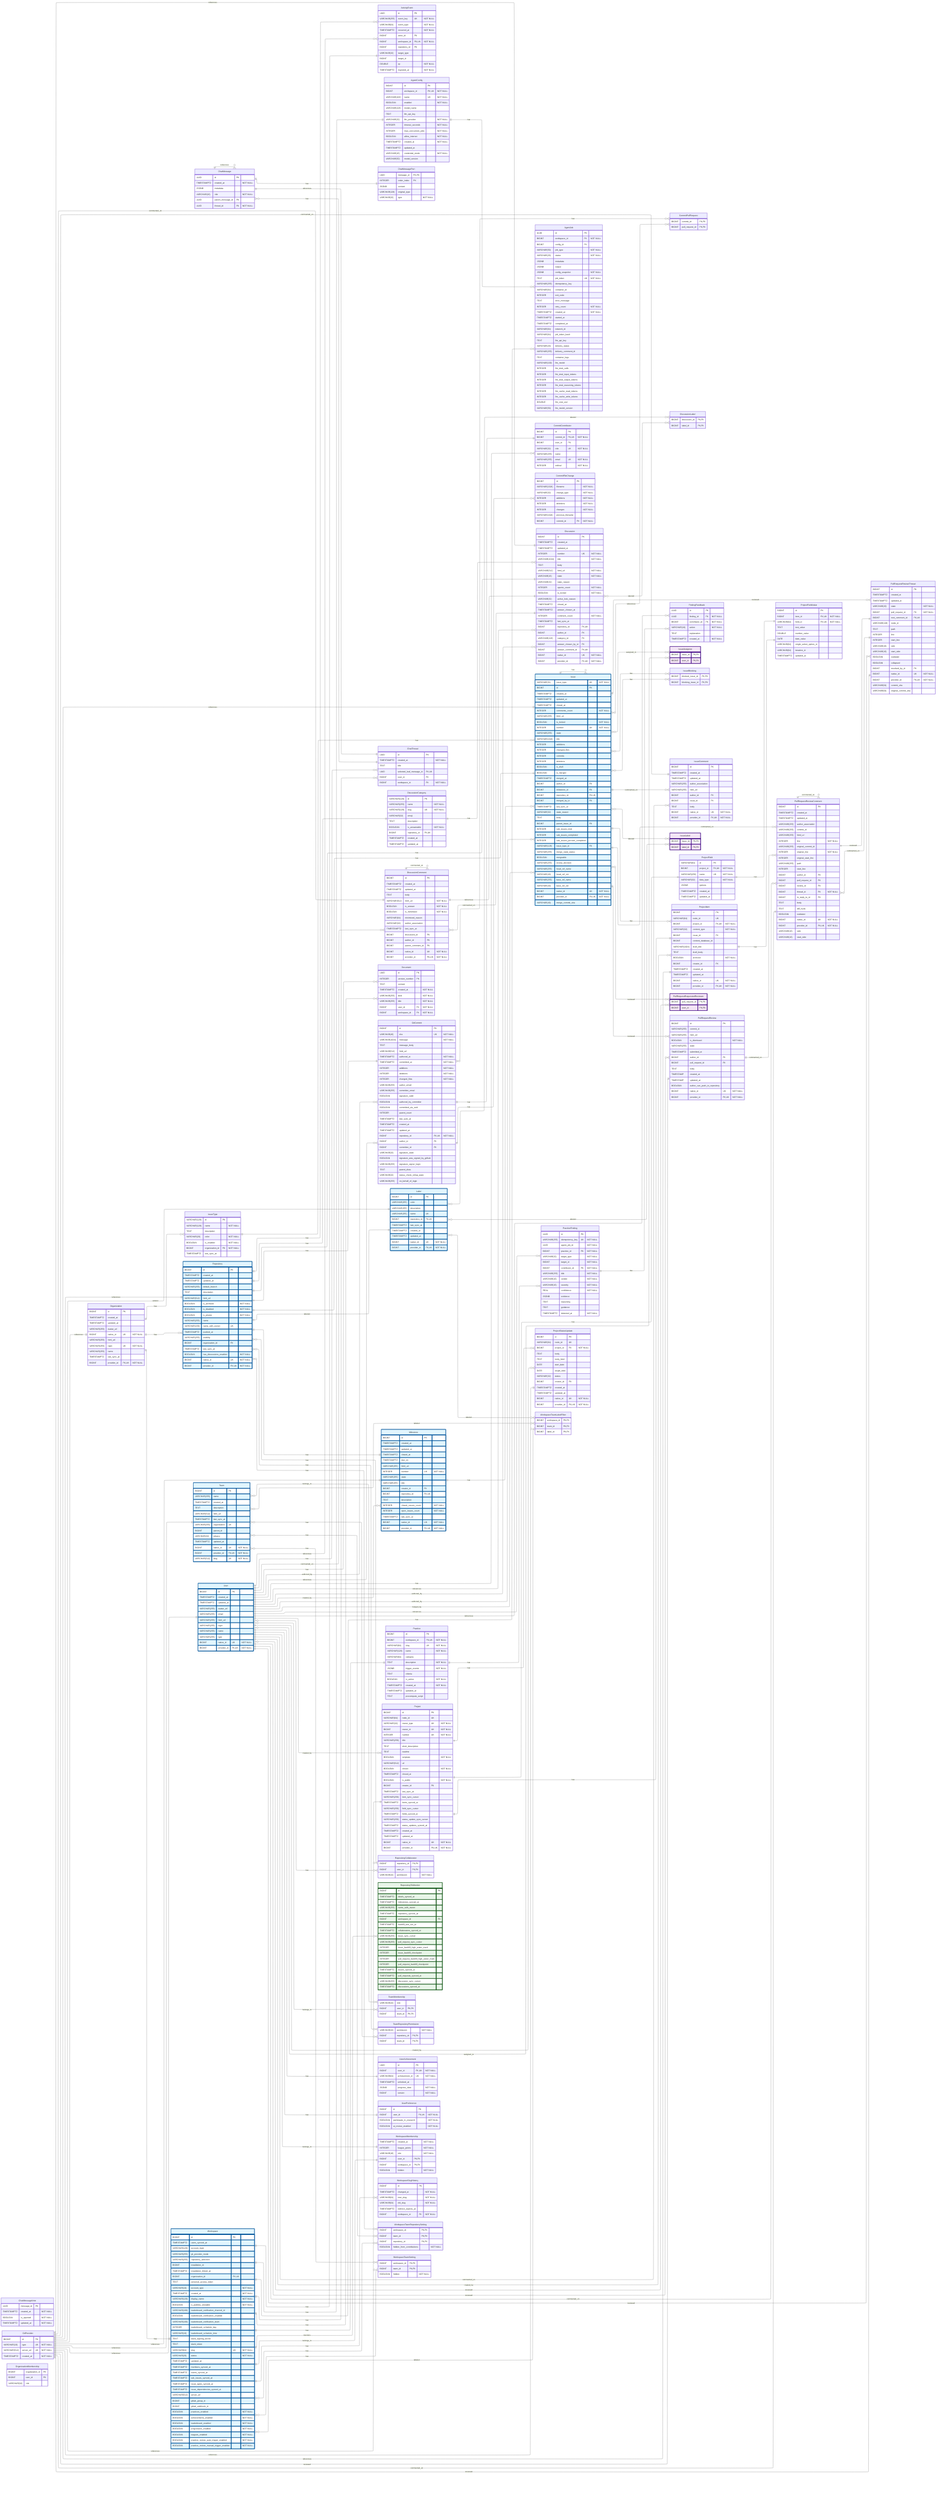
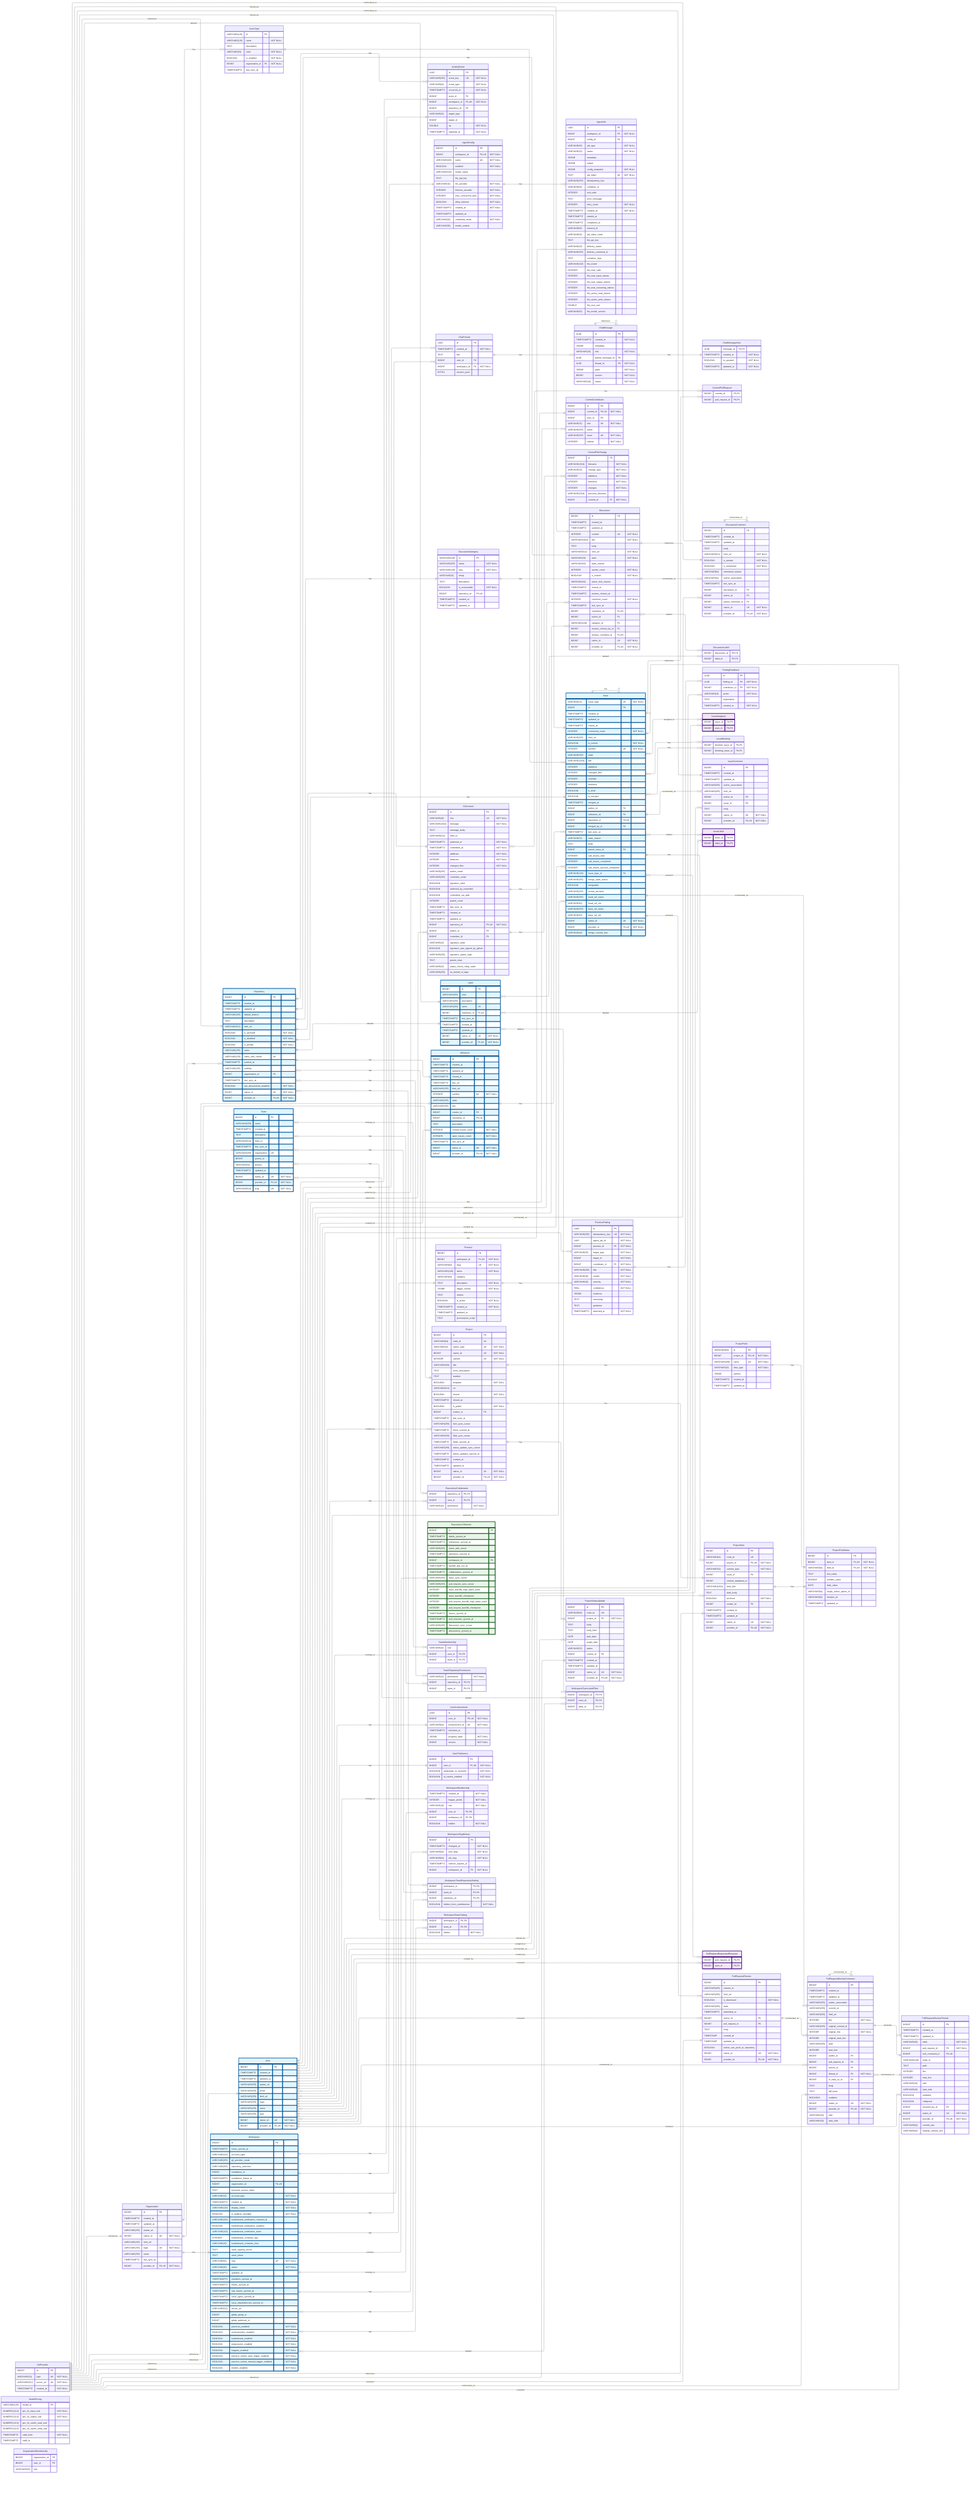
---
config:
    layout: elk
---
erDiagram
    %% Generated automatically from PostgreSQL database schema
    %% using scripts/generate-mermaid-erd.ts
    %% To regenerate: npm run db:generate-erd-docs

    direction LR

    ActivityEvent {
        UUID id PK
        VARCHAR(255) event_key UK "NOT NULL"
        VARCHAR(64) event_type "NOT NULL"
        TIMESTAMPTZ occurred_at "NOT NULL"
        BIGINT actor_id FK
        BIGINT workspace_id FK,UK "NOT NULL"
        BIGINT repository_id FK
        VARCHAR(32) target_type
        BIGINT target_id
        DOUBLE xp "NOT NULL"
        TIMESTAMPTZ ingested_at "NOT NULL"
    }

    AgentConfig {
        BIGINT id PK
        BIGINT workspace_id FK,UK "NOT NULL"
        VARCHAR(100) name UK "NOT NULL"
        BOOLEAN enabled "NOT NULL"
        VARCHAR(128) model_name
        TEXT llm_api_key
        VARCHAR(32) llm_provider "NOT NULL"
        INTEGER timeout_seconds "NOT NULL"
        INTEGER max_concurrent_jobs "NOT NULL"
        BOOLEAN allow_internet "NOT NULL"
        TIMESTAMPTZ created_at "NOT NULL"
        TIMESTAMPTZ updated_at
        VARCHAR(16) credential_mode "NOT NULL"
        VARCHAR(50) model_version
    }

    AgentJob {
        UUID id PK
        BIGINT workspace_id FK "NOT NULL"
        BIGINT config_id FK
        VARCHAR(50) job_type "NOT NULL"
        VARCHAR(20) status "NOT NULL"
        JSONB metadata
        JSONB output
        JSONB config_snapshot "NOT NULL"
        TEXT job_token UK "NOT NULL"
        VARCHAR(255) idempotency_key
        VARCHAR(64) container_id
        INTEGER exit_code
        TEXT error_message
        INTEGER retry_count "NOT NULL"
        TIMESTAMPTZ created_at "NOT NULL"
        TIMESTAMPTZ started_at
        TIMESTAMPTZ completed_at
        VARCHAR(64) network_id
        VARCHAR(64) job_token_hash
        TEXT llm_api_key
        VARCHAR(20) delivery_status
        VARCHAR(255) delivery_comment_id
        TEXT container_logs
        VARCHAR(100) llm_model
        INTEGER llm_total_calls
        INTEGER llm_total_input_tokens
        INTEGER llm_total_output_tokens
        INTEGER llm_total_reasoning_tokens
        INTEGER llm_cache_read_tokens
        INTEGER llm_cache_write_tokens
        DOUBLE llm_cost_usd
        VARCHAR(50) llm_model_version
    }

    ChatMessage {
        UUID id PK
        TIMESTAMPTZ created_at "NOT NULL"
        JSONB metadata
        VARCHAR(16) role "NOT NULL"
        UUID parent_message_id FK
        UUID thread_id FK "NOT NULL"
-     }
- 
-     ChatMessagePart {
+         JSONB parts "NOT NULL"
+         BIGINT version "NOT NULL"
+         VARCHAR(16) status "NOT NULL"
+     }
+ 
+     ChatMessageVote {
        UUID message_id PK,FK
-         INTEGER order_index PK
-         JSONB content
-         VARCHAR(128) original_type
-         VARCHAR(32) type "NOT NULL"
-     }
- 
-     ChatMessageVote {
-         UUID message_id PK
        TIMESTAMPTZ created_at "NOT NULL"
        BOOLEAN is_upvoted "NOT NULL"
        TIMESTAMPTZ updated_at "NOT NULL"
    }

    ChatThread {
        UUID id PK
        TIMESTAMPTZ created_at "NOT NULL"
        TEXT title
-         UUID selected_leaf_message_id FK,UK
        BIGINT user_id FK
        BIGINT workspace_id FK "NOT NULL"
+         BYTEA session_jsonl
    }

    CommitContributor {
        BIGINT id PK
        BIGINT commit_id FK,UK "NOT NULL"
        BIGINT user_id FK
        VARCHAR(32) role UK "NOT NULL"
        VARCHAR(255) name
        VARCHAR(255) email UK "NOT NULL"
        INTEGER ordinal "NOT NULL"
    }

    CommitFileChange {
        BIGINT id PK
        VARCHAR(1024) filename "NOT NULL"
        VARCHAR(32) change_type "NOT NULL"
        INTEGER additions "NOT NULL"
        INTEGER deletions "NOT NULL"
        INTEGER changes "NOT NULL"
        VARCHAR(1024) previous_filename
        BIGINT commit_id FK "NOT NULL"
    }

    CommitPullRequest {
        BIGINT commit_id PK,FK
        BIGINT pull_request_id PK,FK
    }

    Discussion {
        BIGINT id PK
        TIMESTAMPTZ created_at
        TIMESTAMPTZ updated_at
        INTEGER number UK "NOT NULL"
        VARCHAR(1024) title "NOT NULL"
        TEXT body
        VARCHAR(512) html_url "NOT NULL"
        VARCHAR(16) state "NOT NULL"
        VARCHAR(32) state_reason
        INTEGER upvote_count "NOT NULL"
        BOOLEAN is_locked "NOT NULL"
        VARCHAR(32) active_lock_reason
        TIMESTAMPTZ closed_at
        TIMESTAMPTZ answer_chosen_at
        INTEGER comment_count "NOT NULL"
        TIMESTAMPTZ last_sync_at
        BIGINT repository_id FK,UK
        BIGINT author_id FK
        VARCHAR(128) category_id FK
        BIGINT answer_chosen_by_id FK
        BIGINT answer_comment_id FK,UK
        BIGINT native_id UK "NOT NULL"
        BIGINT provider_id FK,UK "NOT NULL"
    }

    DiscussionCategory {
        VARCHAR(128) id PK
        VARCHAR(255) name "NOT NULL"
        VARCHAR(128) slug UK "NOT NULL"
        VARCHAR(32) emoji
        TEXT description
        BOOLEAN is_answerable "NOT NULL"
        BIGINT repository_id FK,UK
        TIMESTAMPTZ created_at
        TIMESTAMPTZ updated_at
    }

    DiscussionComment {
        BIGINT id PK
        TIMESTAMPTZ created_at
        TIMESTAMPTZ updated_at
        TEXT body
        VARCHAR(512) html_url "NOT NULL"
        BOOLEAN is_answer "NOT NULL"
        BOOLEAN is_minimized "NOT NULL"
        VARCHAR(64) minimized_reason
        VARCHAR(32) author_association
        TIMESTAMPTZ last_sync_at
        BIGINT discussion_id FK
        BIGINT author_id FK
        BIGINT parent_comment_id FK
        BIGINT native_id UK "NOT NULL"
        BIGINT provider_id FK,UK "NOT NULL"
    }

    DiscussionLabel {
        BIGINT discussion_id PK,FK
        BIGINT label_id PK,FK
-     }
- 
-     Document {
-         UUID id PK
-         INTEGER version_number PK
-         TEXT content
-         TIMESTAMPTZ created_at "NOT NULL"
-         VARCHAR(255) kind "NOT NULL"
-         VARCHAR(255) title "NOT NULL"
-         BIGINT user_id FK "NOT NULL"
-         BIGINT workspace_id FK "NOT NULL"
    }

    FindingFeedback {
        UUID id PK
        UUID finding_id FK "NOT NULL"
        BIGINT contributor_id FK "NOT NULL"
        VARCHAR(16) action "NOT NULL"
        TEXT explanation
        TIMESTAMPTZ created_at "NOT NULL"
    }

    GitCommit {
        BIGINT id PK
        VARCHAR(40) sha UK "NOT NULL"
        VARCHAR(1024) message "NOT NULL"
        TEXT message_body
        VARCHAR(512) html_url
        TIMESTAMPTZ authored_at "NOT NULL"
        TIMESTAMPTZ committed_at "NOT NULL"
        INTEGER additions "NOT NULL"
        INTEGER deletions "NOT NULL"
        INTEGER changed_files "NOT NULL"
        VARCHAR(255) author_email
        VARCHAR(255) committer_email
        BOOLEAN signature_valid
        BOOLEAN authored_by_committer
        BOOLEAN committed_via_web
        INTEGER parent_count
        TIMESTAMPTZ last_sync_at
        TIMESTAMPTZ created_at
        TIMESTAMPTZ updated_at
        BIGINT repository_id FK,UK "NOT NULL"
        BIGINT author_id FK
        BIGINT committer_id FK
        VARCHAR(32) signature_state
        BOOLEAN signature_was_signed_by_github
        VARCHAR(255) signature_signer_login
        TEXT parent_shas
        VARCHAR(32) status_check_rollup_state
        VARCHAR(255) on_behalf_of_login
    }

    GitProvider {
        BIGINT id PK
        VARCHAR(10) type UK "NOT NULL"
        VARCHAR(512) server_url UK "NOT NULL"
        TIMESTAMPTZ created_at "NOT NULL"
    }

    Issue {
        VARCHAR(31) issue_type UK "NOT NULL"
        BIGINT id PK
        TIMESTAMPTZ created_at
        TIMESTAMPTZ updated_at
        TIMESTAMPTZ closed_at
        INTEGER comments_count "NOT NULL"
        VARCHAR(255) html_url
        BOOLEAN is_locked "NOT NULL"
        INTEGER number UK "NOT NULL"
        VARCHAR(255) state
        VARCHAR(1024) title
        INTEGER additions
        INTEGER changed_files
        INTEGER commits
        INTEGER deletions
        BOOLEAN is_draft
        BOOLEAN is_merged
        TIMESTAMPTZ merged_at
        BIGINT author_id FK
        BIGINT milestone_id FK
        BIGINT repository_id FK,UK
        BIGINT merged_by_id FK
        TIMESTAMPTZ last_sync_at
        VARCHAR(32) state_reason
        TEXT body
        BIGINT parent_issue_id FK
        INTEGER sub_issues_total
        INTEGER sub_issues_completed
        INTEGER sub_issues_percent_completed
        VARCHAR(128) issue_type_id FK
        VARCHAR(255) merge_state_status
        BOOLEAN mergeable
        VARCHAR(255) review_decision
        VARCHAR(255) head_ref_name
        VARCHAR(40) head_ref_oid
        VARCHAR(255) base_ref_name
        VARCHAR(40) base_ref_oid
        BIGINT native_id UK "NOT NULL"
        BIGINT provider_id FK,UK "NOT NULL"
        VARCHAR(40) merge_commit_sha
    }

    IssueAssignee {
        BIGINT issue_id PK,FK
        BIGINT user_id PK,FK
    }

    IssueBlocking {
        BIGINT blocked_issue_id PK,FK
        BIGINT blocking_issue_id PK,FK
    }

    IssueComment {
        BIGINT id PK
        TIMESTAMPTZ created_at
        TIMESTAMPTZ updated_at
        VARCHAR(255) author_association
        VARCHAR(255) html_url
        BIGINT author_id FK
        BIGINT issue_id FK
        TEXT body
        BIGINT native_id UK "NOT NULL"
        BIGINT provider_id FK,UK "NOT NULL"
    }

    IssueLabel {
        BIGINT issue_id PK,FK
        BIGINT label_id PK,FK
    }

    IssueType {
        VARCHAR(128) id PK
        VARCHAR(128) name "NOT NULL"
        TEXT description
        VARCHAR(20) color "NOT NULL"
        BOOLEAN is_enabled "NOT NULL"
        BIGINT organization_id FK "NOT NULL"
        TIMESTAMPTZ last_sync_at
    }

    Label {
        BIGINT id PK
        VARCHAR(255) color
        VARCHAR(255) description
        VARCHAR(255) name UK
        BIGINT repository_id FK,UK
        TIMESTAMPTZ last_sync_at
        TIMESTAMPTZ created_at
        TIMESTAMPTZ updated_at
        BIGINT native_id UK "NOT NULL"
        BIGINT provider_id FK,UK "NOT NULL"
    }

    Milestone {
        BIGINT id PK
        TIMESTAMPTZ created_at
        TIMESTAMPTZ updated_at
        TIMESTAMPTZ closed_at
        TIMESTAMPTZ due_on
        VARCHAR(255) html_url
        INTEGER number UK "NOT NULL"
        VARCHAR(255) state
        VARCHAR(255) title
        BIGINT creator_id FK
        BIGINT repository_id FK,UK
        TEXT description
        INTEGER closed_issues_count "NOT NULL"
        INTEGER open_issues_count "NOT NULL"
        TIMESTAMPTZ last_sync_at
        BIGINT native_id UK "NOT NULL"
        BIGINT provider_id FK,UK "NOT NULL"
    }

+     ModelPricing {
+         VARCHAR(128) model_id PK
+         NUMERIC(12,6) per_1k_input_usd "NOT NULL"
+         NUMERIC(12,6) per_1k_output_usd "NOT NULL"
+         NUMERIC(12,6) per_1k_cache_read_usd
+         NUMERIC(12,6) per_1k_cache_write_usd
+         TIMESTAMPTZ valid_from "NOT NULL"
+         TIMESTAMPTZ valid_to
+     }
+ 
    Organization {
        BIGINT id PK
        TIMESTAMPTZ created_at
        TIMESTAMPTZ updated_at
        VARCHAR(255) avatar_url
        BIGINT native_id UK "NOT NULL"
        VARCHAR(255) html_url
        VARCHAR(255) login UK "NOT NULL"
        VARCHAR(255) name
        TIMESTAMPTZ last_sync_at
        BIGINT provider_id FK,UK "NOT NULL"
    }

    OrganizationMembership {
        BIGINT organization_id PK
        BIGINT user_id PK
        VARCHAR(32) role
    }

    Practice {
        BIGINT id PK
        BIGINT workspace_id FK,UK "NOT NULL"
        VARCHAR(64) slug UK "NOT NULL"
        VARCHAR(128) name "NOT NULL"
        VARCHAR(64) category
        TEXT description "NOT NULL"
        JSONB trigger_events "NOT NULL"
        TEXT criteria
        BOOLEAN is_active "NOT NULL"
        TIMESTAMPTZ created_at "NOT NULL"
        TIMESTAMPTZ updated_at
        TEXT precompute_script
    }

    PracticeFinding {
        UUID id PK
        VARCHAR(255) idempotency_key UK "NOT NULL"
        UUID agent_job_id "NOT NULL"
        BIGINT practice_id FK "NOT NULL"
        VARCHAR(32) target_type "NOT NULL"
        BIGINT target_id "NOT NULL"
        BIGINT contributor_id FK "NOT NULL"
        VARCHAR(255) title "NOT NULL"
        VARCHAR(16) verdict "NOT NULL"
        VARCHAR(16) severity "NOT NULL"
        REAL confidence "NOT NULL"
        JSONB evidence
        TEXT reasoning
        TEXT guidance
        TIMESTAMPTZ detected_at "NOT NULL"
    }

    Project {
        BIGINT id PK
        VARCHAR(64) node_id UK
        VARCHAR(32) owner_type UK "NOT NULL"
        BIGINT owner_id UK "NOT NULL"
        INTEGER number UK "NOT NULL"
        VARCHAR(256) title
        TEXT short_description
        TEXT readme
        BOOLEAN template "NOT NULL"
        VARCHAR(512) url
        BOOLEAN closed "NOT NULL"
        TIMESTAMPTZ closed_at
        BOOLEAN is_public "NOT NULL"
        BIGINT creator_id FK
        TIMESTAMPTZ last_sync_at
        VARCHAR(256) item_sync_cursor
        TIMESTAMPTZ items_synced_at
        VARCHAR(256) field_sync_cursor
        TIMESTAMPTZ fields_synced_at
        VARCHAR(256) status_update_sync_cursor
        TIMESTAMPTZ status_updates_synced_at
        TIMESTAMPTZ created_at
        TIMESTAMPTZ updated_at
        BIGINT native_id UK "NOT NULL"
        BIGINT provider_id FK,UK "NOT NULL"
    }

    ProjectField {
        VARCHAR(64) id PK
        BIGINT project_id FK,UK "NOT NULL"
        VARCHAR(256) name UK "NOT NULL"
        VARCHAR(32) data_type "NOT NULL"
        JSONB options
        TIMESTAMPTZ created_at
        TIMESTAMPTZ updated_at
    }

    ProjectFieldValue {
        BIGINT id PK
        BIGINT item_id FK,UK "NOT NULL"
        VARCHAR(64) field_id FK,UK "NOT NULL"
        TEXT text_value
        DOUBLE number_value
        DATE date_value
        VARCHAR(64) single_select_option_id
        VARCHAR(64) iteration_id
        TIMESTAMPTZ updated_at
    }

    ProjectItem {
        BIGINT id PK
        VARCHAR(64) node_id UK
        BIGINT project_id FK,UK "NOT NULL"
        VARCHAR(32) content_type "NOT NULL"
        BIGINT issue_id FK
        BIGINT content_database_id
        VARCHAR(1024) draft_title
        TEXT draft_body
        BOOLEAN archived "NOT NULL"
        BIGINT creator_id FK
        TIMESTAMPTZ created_at
        TIMESTAMPTZ updated_at
        BIGINT native_id UK "NOT NULL"
        BIGINT provider_id FK,UK "NOT NULL"
    }

    ProjectStatusUpdate {
        BIGINT id PK
        VARCHAR(64) node_id UK
        BIGINT project_id FK "NOT NULL"
        TEXT body
        TEXT body_html
        DATE start_date
        DATE target_date
        VARCHAR(32) status
        BIGINT creator_id FK
        TIMESTAMPTZ created_at
        TIMESTAMPTZ updated_at
        BIGINT native_id UK "NOT NULL"
        BIGINT provider_id FK,UK "NOT NULL"
    }

    PullRequestRequestedReviewer {
        BIGINT pull_request_id PK,FK
        BIGINT user_id PK,FK
    }

    PullRequestReview {
        BIGINT id PK
        VARCHAR(255) commit_id
        VARCHAR(255) html_url
        BOOLEAN is_dismissed "NOT NULL"
        VARCHAR(255) state
        TIMESTAMPTZ submitted_at
        BIGINT author_id FK
        BIGINT pull_request_id FK
        TEXT body
        TIMESTAMP created_at
        TIMESTAMP updated_at
        BOOLEAN author_can_push_to_repository
        BIGINT native_id UK "NOT NULL"
        BIGINT provider_id FK,UK "NOT NULL"
    }

    PullRequestReviewComment {
        BIGINT id PK
        TIMESTAMPTZ created_at
        TIMESTAMPTZ updated_at
        VARCHAR(255) author_association
        VARCHAR(255) commit_id
        VARCHAR(255) html_url
        INTEGER line "NOT NULL"
        VARCHAR(255) original_commit_id
        INTEGER original_line "NOT NULL"
        INTEGER original_start_line
        VARCHAR(255) path
        INTEGER start_line
        BIGINT author_id FK
        BIGINT pull_request_id FK
        BIGINT review_id FK
        BIGINT thread_id FK "NOT NULL"
        BIGINT in_reply_to_id FK
        TEXT body
        TEXT diff_hunk
        BOOLEAN outdated
        BIGINT native_id UK "NOT NULL"
        BIGINT provider_id FK,UK "NOT NULL"
        VARCHAR(16) side
        VARCHAR(16) start_side
    }

    PullRequestReviewThread {
        BIGINT id PK
        TIMESTAMPTZ created_at
        TIMESTAMPTZ updated_at
        VARCHAR(20) state "NOT NULL"
        BIGINT pull_request_id FK "NOT NULL"
        BIGINT root_comment_id FK,UK
        VARCHAR(128) node_id
        TEXT path
        INTEGER line
        INTEGER start_line
        VARCHAR(16) side
        VARCHAR(16) start_side
        BOOLEAN outdated
        BOOLEAN collapsed
        BIGINT resolved_by_id FK
        BIGINT native_id UK "NOT NULL"
        BIGINT provider_id FK,UK "NOT NULL"
        VARCHAR(64) commit_sha
        VARCHAR(64) original_commit_sha
    }

    Repository {
        BIGINT id PK
        TIMESTAMPTZ created_at
        TIMESTAMPTZ updated_at
        VARCHAR(255) default_branch
        TEXT description
        VARCHAR(512) html_url
        BOOLEAN is_archived "NOT NULL"
        BOOLEAN is_disabled "NOT NULL"
        BOOLEAN is_private "NOT NULL"
        VARCHAR(255) name
        VARCHAR(150) name_with_owner UK
        TIMESTAMPTZ pushed_at
        VARCHAR(255) visibility
        BIGINT organization_id FK
        TIMESTAMPTZ last_sync_at
        BOOLEAN has_discussions_enabled "NOT NULL"
        BIGINT native_id UK "NOT NULL"
        BIGINT provider_id FK,UK "NOT NULL"
    }

    RepositoryCollaborator {
        BIGINT repository_id PK,FK
        BIGINT user_id PK,FK
        VARCHAR(32) permission "NOT NULL"
    }

    RepositoryToMonitor {
        BIGINT id PK
        TIMESTAMPTZ labels_synced_at
        TIMESTAMPTZ milestones_synced_at
        VARCHAR(255) name_with_owner
        TIMESTAMPTZ repository_synced_at
        BIGINT workspace_id FK
        TIMESTAMPTZ backfill_last_run_at
        TIMESTAMPTZ collaborators_synced_at
        VARCHAR(255) issue_sync_cursor
        VARCHAR(255) pull_request_sync_cursor
        INTEGER issue_backfill_high_water_mark
        INTEGER issue_backfill_checkpoint
        INTEGER pull_request_backfill_high_water_mark
        INTEGER pull_request_backfill_checkpoint
        TIMESTAMPTZ issues_synced_at
        TIMESTAMPTZ pull_requests_synced_at
        VARCHAR(255) discussion_sync_cursor
        TIMESTAMPTZ discussions_synced_at
    }

    Team {
        BIGINT id PK
        VARCHAR(255) name
        TIMESTAMPTZ created_at
        TEXT description
        VARCHAR(512) html_url
        TIMESTAMPTZ last_sync_at
        VARCHAR(255) organization UK
        BIGINT parent_id
        VARCHAR(32) privacy
        TIMESTAMPTZ updated_at
        BIGINT native_id UK "NOT NULL"
        BIGINT provider_id FK,UK "NOT NULL"
        VARCHAR(512) slug UK "NOT NULL"
    }

    TeamMembership {
        VARCHAR(32) role
        BIGINT user_id PK,FK
        BIGINT team_id PK,FK
    }

    TeamRepositoryPermission {
        VARCHAR(32) permission "NOT NULL"
        BIGINT repository_id PK,FK
        BIGINT team_id PK,FK
    }

    User {
        BIGINT id PK
        TIMESTAMPTZ created_at
        TIMESTAMPTZ updated_at
        VARCHAR(255) avatar_url
        VARCHAR(255) email
        VARCHAR(255) html_url
        VARCHAR(255) login
        VARCHAR(255) name
        VARCHAR(255) type
        BIGINT native_id UK "NOT NULL"
        BIGINT provider_id FK,UK "NOT NULL"
    }

    UserAchievement {
        UUID id PK
        BIGINT user_id FK,UK "NOT NULL"
        VARCHAR(64) achievement_id UK "NOT NULL"
        TIMESTAMPTZ unlocked_at
        JSONB progress_data "NOT NULL"
        BIGINT version "NOT NULL"
    }

    UserPreference {
        BIGINT id PK
        BIGINT user_id FK,UK "NOT NULL"
        BOOLEAN participate_in_research "NOT NULL"
        BOOLEAN ai_review_enabled "NOT NULL"
    }

    Workspace {
        BIGINT id PK
        TIMESTAMPTZ users_synced_at
        VARCHAR(120) account_login
        VARCHAR(255) git_provider_mode
        VARCHAR(255) repository_selection
        BIGINT installation_id
        TIMESTAMPTZ installation_linked_at
        BIGINT organization_id FK,UK
        TEXT personal_access_token
        VARCHAR(10) account_type "NOT NULL"
        TIMESTAMPTZ created_at "NOT NULL"
        VARCHAR(120) display_name "NOT NULL"
        BOOLEAN is_publicly_viewable "NOT NULL"
        VARCHAR(100) leaderboard_notification_channel_id
        BOOLEAN leaderboard_notification_enabled
        VARCHAR(100) leaderboard_notification_team
        INTEGER leaderboard_schedule_day
        VARCHAR(10) leaderboard_schedule_time
        TEXT slack_signing_secret
        TEXT slack_token
        VARCHAR(64) slug UK "NOT NULL"
        VARCHAR(20) status "NOT NULL"
        TIMESTAMPTZ updated_at
        TIMESTAMPTZ members_synced_at
        TIMESTAMPTZ teams_synced_at
        TIMESTAMPTZ sub_issues_synced_at
        TIMESTAMPTZ issue_types_synced_at
        TIMESTAMPTZ issue_dependencies_synced_at
        VARCHAR(512) server_url
        BIGINT gitlab_group_id
        BIGINT gitlab_webhook_id
        BOOLEAN practices_enabled "NOT NULL"
        BOOLEAN achievements_enabled "NOT NULL"
        BOOLEAN leaderboard_enabled "NOT NULL"
        BOOLEAN progression_enabled "NOT NULL"
        BOOLEAN leagues_enabled "NOT NULL"
        BOOLEAN practice_review_auto_trigger_enabled "NOT NULL"
        BOOLEAN practice_review_manual_trigger_enabled "NOT NULL"
+         BOOLEAN mentor_enabled "NOT NULL"
    }

    WorkspaceMembership {
        TIMESTAMPTZ created_at "NOT NULL"
        INTEGER league_points "NOT NULL"
        VARCHAR(16) role "NOT NULL"
        BIGINT user_id PK,FK
        BIGINT workspace_id PK,FK
        BOOLEAN hidden "NOT NULL"
    }

    WorkspaceSlugHistory {
        BIGINT id PK
        TIMESTAMPTZ changed_at "NOT NULL"
        VARCHAR(64) new_slug "NOT NULL"
        VARCHAR(64) old_slug "NOT NULL"
        TIMESTAMPTZ redirect_expires_at
        BIGINT workspace_id FK "NOT NULL"
    }

    WorkspaceTeamLabelFilter {
        BIGINT workspace_id PK,FK
        BIGINT team_id PK,FK
        BIGINT label_id PK,FK
    }

    WorkspaceTeamRepositorySetting {
        BIGINT workspace_id PK,FK
        BIGINT team_id PK,FK
        BIGINT repository_id PK,FK
        BOOLEAN hidden_from_contributions "NOT NULL"
    }

    WorkspaceTeamSetting {
        BIGINT workspace_id PK,FK
        BIGINT team_id PK,FK
        BOOLEAN hidden "NOT NULL"
    }

    %% Relationships
    %% One-to-One relationships
    Workspace ||--|| ActivityEvent : has
    Workspace ||--|| AgentConfig : has
-     ChatMessage ||--|| ChatMessagePart : has
-     ChatMessage ||--|| ChatThread : references
+     ChatMessage ||--|| ChatMessageVote : has
    GitCommit ||--|| CommitContributor : has
    DiscussionComment ||--|| Discussion : references
    GitProvider ||--|| Discussion : references
    Repository ||--|| Discussion : has
    Repository ||--|| DiscussionCategory : has
    GitProvider ||--|| DiscussionComment : commented_on
    Repository ||--|| GitCommit : has
    GitProvider ||--|| Issue : references
    Repository ||--|| Issue : has
    GitProvider ||--|| IssueComment : commented_on
    GitProvider ||--|| Label : labeled
    Repository ||--|| Label : labeled
    GitProvider ||--|| Milestone : references
    Repository ||--|| Milestone : has
    GitProvider ||--|| Organization : references
    Workspace ||--|| Practice : has
    GitProvider ||--|| Project : references
    Project ||--|| ProjectField : has
    ProjectField ||--|| ProjectFieldValue : has
    ProjectItem ||--|| ProjectFieldValue : has
    Project ||--|| ProjectItem : has
    GitProvider ||--|| ProjectItem : references
    GitProvider ||--|| ProjectStatusUpdate : references
    GitProvider ||--|| PullRequestReview : reviewed
    GitProvider ||--|| PullRequestReviewComment : commented_on
    GitProvider ||--|| PullRequestReviewThread : reviewed
    PullRequestReviewComment ||--|| PullRequestReviewThread : reviewed
    GitProvider ||--|| Repository : references
    GitProvider ||--|| Team : references
    GitProvider ||--|| User : references
    User ||--|| UserAchievement : has
    User ||--|| UserPreference : has
    Organization ||--|| Workspace : has
    User ||--|| WorkspaceMembership : belongs_to
    Workspace ||--|| WorkspaceMembership : belongs_to

    %% One-to-Many relationships
    User ||--o{ ActivityEvent : references
    Repository ||--o{ ActivityEvent : has
    AgentConfig ||--o{ AgentJob : has
    Workspace ||--o{ AgentJob : has
    ChatMessage ||--o{ ChatMessage : references
    ChatThread ||--o{ ChatMessage : has
    User ||--o{ ChatThread : has
    Workspace ||--o{ ChatThread : has
    User ||--o{ CommitContributor : has
    GitCommit ||--o{ CommitFileChange : has
    User ||--o{ Discussion : references
    User ||--o{ Discussion : authored_by
    DiscussionCategory ||--o{ Discussion : has
    User ||--o{ DiscussionComment : commented_on
    Discussion ||--o{ DiscussionComment : commented_on
    DiscussionComment ||--o{ DiscussionComment : commented_on
-     User ||--o{ Document : has
-     Workspace ||--o{ Document : has
    User ||--o{ FindingFeedback : references
    PracticeFinding ||--o{ FindingFeedback : has
    User ||--o{ GitCommit : authored_by
    User ||--o{ GitCommit : references
    User ||--o{ Issue : authored_by
    IssueType ||--o{ Issue : has
    User ||--o{ Issue : merged_by
    Milestone ||--o{ Issue : has
    Issue ||--o{ Issue : has
    User ||--o{ IssueComment : commented_on
    Issue ||--o{ IssueComment : commented_on
    Organization ||--o{ IssueType : has
    User ||--o{ Milestone : created_by
    User ||--o{ PracticeFinding : references
    Practice ||--o{ PracticeFinding : has
    User ||--o{ Project : created_by
    User ||--o{ ProjectItem : created_by
    Issue ||--o{ ProjectItem : has
    User ||--o{ ProjectStatusUpdate : created_by
    Project ||--o{ ProjectStatusUpdate : has
    User ||--o{ PullRequestReview : reviewed
    Issue ||--o{ PullRequestReview : reviewed
    User ||--o{ PullRequestReviewComment : commented_on
    PullRequestReviewComment ||--o{ PullRequestReviewComment : commented_on
    Issue ||--o{ PullRequestReviewComment : commented_on
    PullRequestReview ||--o{ PullRequestReviewComment : commented_on
    PullRequestReviewThread ||--o{ PullRequestReviewComment : commented_on
    Issue ||--o{ PullRequestReviewThread : reviewed
    User ||--o{ PullRequestReviewThread : reviewed
    Organization ||--o{ Repository : has
    Workspace ||--o{ RepositoryToMonitor : monitors
    Workspace ||--o{ WorkspaceSlugHistory : has

    %% Many-to-Many relationships
    GitCommit }o--o{ CommitPullRequest : has
    Issue }o--o{ CommitPullRequest : references
    Discussion }o--o{ DiscussionLabel : labeled
    Label }o--o{ DiscussionLabel : labeled
    Issue }o--o{ IssueAssignee : assigned_to
    User }o--o{ IssueAssignee : assigned_to
    Issue }o--o{ IssueBlocking : has
    Issue }o--o{ IssueBlocking : has
    Issue }o--o{ IssueLabel : labeled
    Label }o--o{ IssueLabel : labeled
    Issue }o--o{ PullRequestRequestedReviewer : reviewed
    User }o--o{ PullRequestRequestedReviewer : reviewed
    Repository }o--o{ RepositoryCollaborator : has
    User }o--o{ RepositoryCollaborator : has
    Team }o--o{ TeamMembership : belongs_to
    User }o--o{ TeamMembership : belongs_to
    Repository }o--o{ TeamRepositoryPermission : has
    Team }o--o{ TeamRepositoryPermission : has
    Label }o--o{ WorkspaceTeamLabelFilter : labeled
    Team }o--o{ WorkspaceTeamLabelFilter : labeled
    Workspace }o--o{ WorkspaceTeamLabelFilter : labeled
    Repository }o--o{ WorkspaceTeamRepositorySetting : has
    Team }o--o{ WorkspaceTeamRepositorySetting : has
    Workspace }o--o{ WorkspaceTeamRepositorySetting : has
    Team }o--o{ WorkspaceTeamSetting : has
    Workspace }o--o{ WorkspaceTeamSetting : has

    %% Styling
    classDef primaryEntity fill:#e1f5fe,stroke:#01579b,stroke-width:2px
    classDef associationEntity fill:#f3e5f5,stroke:#4a148c,stroke-width:2px
    classDef metadataEntity fill:#e8f5e8,stroke:#1b5e20,stroke-width:2px

    class Issue primaryEntity
    class IssueAssignee associationEntity
    class IssueLabel associationEntity
    class Label primaryEntity
    class Milestone primaryEntity
    class PullRequestRequestedReviewer associationEntity
    class Repository primaryEntity
    class RepositoryToMonitor metadataEntity
    class Team primaryEntity
    class User primaryEntity
    class Workspace primaryEntity
